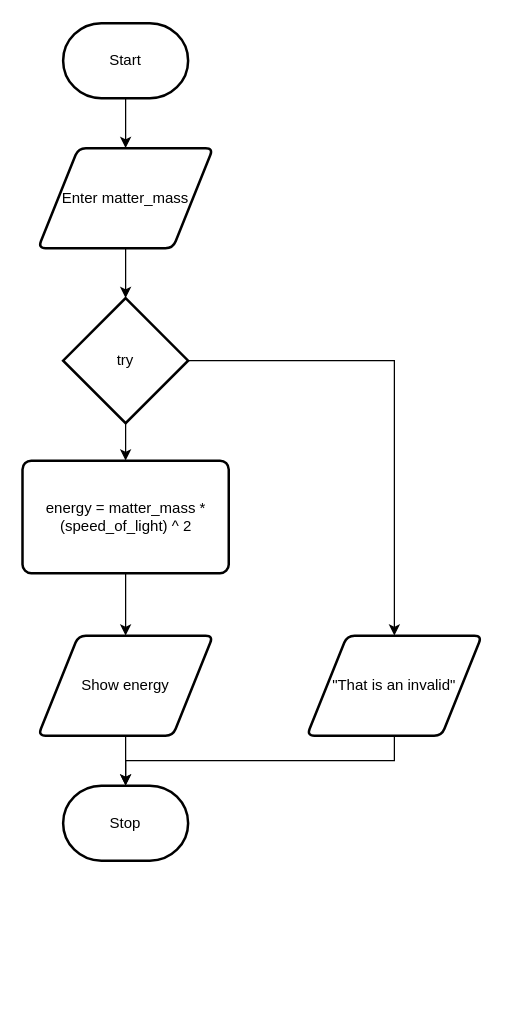
The draw.io diagram flowchart.drawio in Rodas-Nega1/ics4u-unit-1-02-typescript, before the edit. Source tidied: cells renumbered, new cells numbered last; positions are measured from the earlier drawing's top-left corner, leaving out a move shared by most shapes. Both pictures are drawn from the tidied source at 125%, with x=0, y=0 at pixel (21, 22).
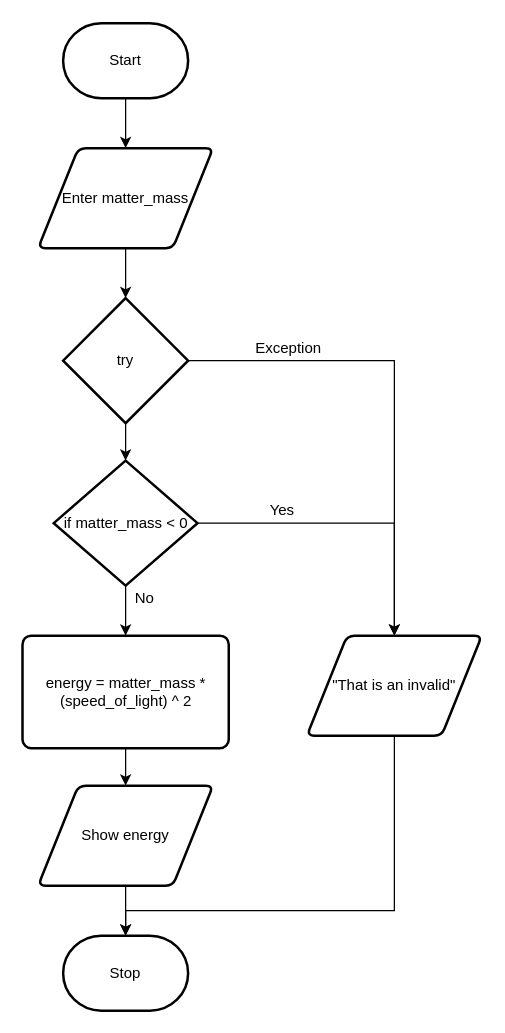
Above is the later version.

Unchanged cells that the change refers to:
```xml
<mxCell id="8" value="try" style="strokeWidth=2;html=1;shape=mxgraph.flowchart.decision;whiteSpace=wrap;" parent="1" vertex="1">
  <mxGeometry x="33" y="220" width="100" height="100" as="geometry" />
</mxCell>
<mxCell id="15" value="&quot;That is an invalid&quot;" style="shape=parallelogram;html=1;strokeWidth=2;perimeter=parallelogramPerimeter;whiteSpace=wrap;rounded=1;arcSize=12;size=0.23;" parent="1" vertex="1">
  <mxGeometry x="228" y="490" width="140" height="80" as="geometry" />
</mxCell>
```

What changed in the source:
```diff
@@
-    <mxCell id="6" style="edgeStyle=none;html=1;" parent="1" edge="1" source="8" target="10">
-      <mxGeometry relative="1" as="geometry" />
-    </mxCell>
@@
+    <mxCell id="16" style="edgeStyle=none;html=1;" parent="1" edge="1" source="8" target="20">
+      <mxGeometry relative="1" as="geometry" />
+    </mxCell>
@@
-    <mxCell id="9" style="edgeStyle=none;html=1;" parent="1" edge="1" source="10">
-      <mxGeometry relative="1" as="geometry">
-        <mxPoint x="83" y="490" as="targetPoint" />
-      </mxGeometry>
-    </mxCell>
+    <mxCell id="17" style="edgeStyle=none;html=1;" parent="1" edge="1" source="10" target="12">
+      <mxGeometry relative="1" as="geometry" />
+    </mxCell>
     <mxCell id="10" value="energy = matter_mass * (speed_of_light) ^ 2" style="rounded=1;whiteSpace=wrap;html=1;absoluteArcSize=1;arcSize=14;strokeWidth=2;" parent="1" vertex="1">
-      <mxGeometry x="0.5" y="350" width="165" height="90" as="geometry" />
+      <mxGeometry x="0.5" y="490" width="165" height="90" as="geometry" />
     </mxCell>
-    <mxCell id="11" style="edgeStyle=none;html=1;entryX=0.5;entryY=0;entryDx=0;entryDy=0;entryPerimeter=0;" parent="1" edge="1" source="12" target="13">
+    <mxCell id="11" style="edgeStyle=none;html=1;" parent="1" edge="1" source="12" target="13">
       <mxGeometry relative="1" as="geometry" />
     </mxCell>
     <mxCell id="12" value="Show energy" style="shape=parallelogram;html=1;strokeWidth=2;perimeter=parallelogramPerimeter;whiteSpace=wrap;rounded=1;arcSize=12;size=0.23;" parent="1" vertex="1">
-      <mxGeometry x="13" y="490" width="140" height="80" as="geometry" />
+      <mxGeometry x="13" y="610" width="140" height="80" as="geometry" />
     </mxCell>
-    <mxCell id="13" value="Stop" style="strokeWidth=2;html=1;shape=mxgraph.flowchart.terminator;whiteSpace=wrap;" parent="1" vertex="1">
-      <mxGeometry x="33" y="610" width="100" height="60" as="geometry" />
-    </mxCell>
-    <mxCell id="14" style="edgeStyle=none;rounded=0;html=1;entryX=0.5;entryY=0;entryDx=0;entryDy=0;entryPerimeter=0;exitX=0.5;exitY=1;exitDx=0;exitDy=0;" parent="1" edge="1" source="15" target="13">
+    <mxCell id="14" style="edgeStyle=none;rounded=0;html=1;entryX=0.5;entryY=0;entryDx=0;entryDy=0;entryPerimeter=0;" parent="1" edge="1" source="15" target="13">
       <mxGeometry relative="1" as="geometry">
         <Array as="points">
-          <mxPoint x="298" y="590" />
-          <mxPoint x="83" y="590" />
+          <mxPoint x="298" y="710" />
+          <mxPoint x="83" y="710" />
         </Array>
       </mxGeometry>
     </mxCell>
@@
+    <mxCell id="18" style="edgeStyle=none;html=1;entryX=0.5;entryY=0;entryDx=0;entryDy=0;exitX=1;exitY=0.5;exitDx=0;exitDy=0;exitPerimeter=0;rounded=0;" parent="1" edge="1" source="20" target="15">
+      <mxGeometry relative="1" as="geometry">
+        <Array as="points">
+          <mxPoint x="298" y="400" />
+        </Array>
+      </mxGeometry>
+    </mxCell>
+    <mxCell id="19" style="edgeStyle=none;html=1;" parent="1" edge="1" source="20">
+      <mxGeometry relative="1" as="geometry">
+        <mxPoint x="83" y="490" as="targetPoint" />
+      </mxGeometry>
+    </mxCell>
+    <mxCell id="20" value="if matter_mass &amp;lt; 0" style="strokeWidth=2;html=1;shape=mxgraph.flowchart.decision;whiteSpace=wrap;" parent="1" vertex="1">
+      <mxGeometry x="25.5" y="350" width="115" height="100" as="geometry" />
+    </mxCell>
+    <mxCell id="13" value="Stop" style="strokeWidth=2;html=1;shape=mxgraph.flowchart.terminator;whiteSpace=wrap;" parent="1" vertex="1">
+      <mxGeometry x="33" y="730" width="100" height="60" as="geometry" />
+    </mxCell>
+    <mxCell id="21" value="Exception" style="text;html=1;align=center;verticalAlign=middle;fillColor=none;strokeColor=none;rounded=0;" parent="1" vertex="1">
+      <mxGeometry x="178" y="250" width="70" height="20" as="geometry" />
+    </mxCell>
+    <mxCell id="22" value="Yes" style="text;html=1;align=center;verticalAlign=middle;fillColor=none;strokeColor=none;rounded=0;" parent="1" vertex="1">
+      <mxGeometry x="188" y="380" width="40" height="20" as="geometry" />
+    </mxCell>
+    <mxCell id="23" value="No" style="text;html=1;align=center;verticalAlign=middle;fillColor=none;strokeColor=none;rounded=0;" parent="1" vertex="1">
+      <mxGeometry x="83" y="450" width="30" height="20" as="geometry" />
+    </mxCell>
```
